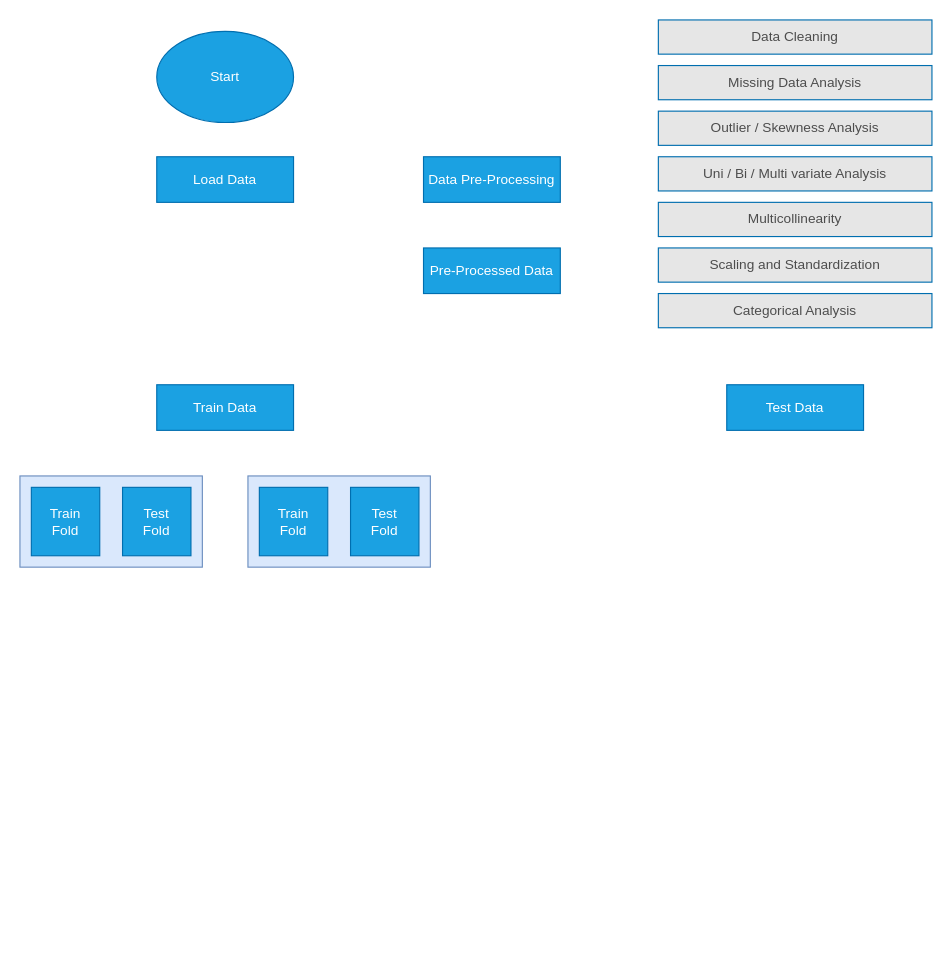
Before: Research Proposal/Research proposal.drawio in anishmahapatra/MSc-Data-Science, a draw.io diagram. Source tidied: cells renumbered, new cells numbered last; positions are measured from the earlier drawing's top-left corner, leaving out a move shared by most shapes. Both pictures are drawn from the tidied source at 114%, with x=0, y=0 at pixel (19, 19).
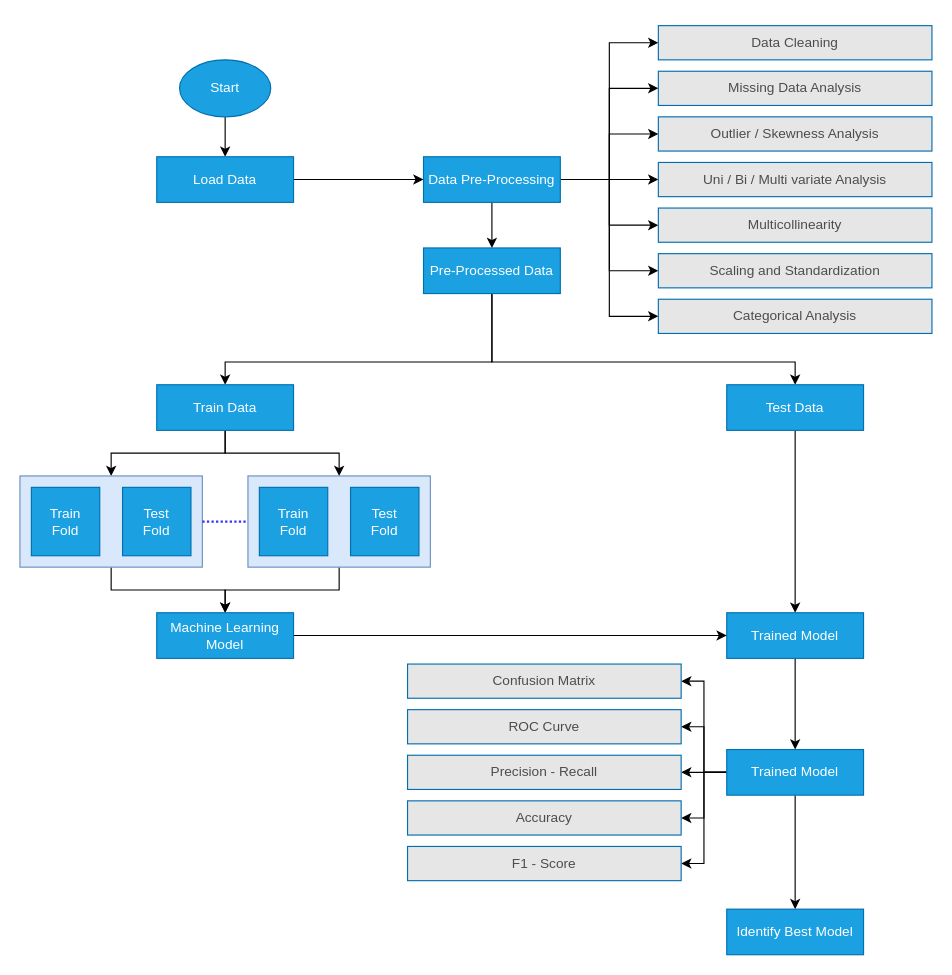
The same diagram, later.

Unchanged cells that the change refers to:
```xml
<mxCell id="3" value="Load Data" style="rounded=0;whiteSpace=wrap;html=1;fillColor=#1ba1e2;strokeColor=#006EAF;fontColor=#ffffff;" parent="1" vertex="1">
  <mxGeometry x="120" y="120" width="120" height="40" as="geometry" />
</mxCell>
<mxCell id="4" value="Data Pre-Processing" style="rounded=0;whiteSpace=wrap;html=1;fillColor=#1ba1e2;strokeColor=#006EAF;fontColor=#ffffff;" parent="1" vertex="1">
  <mxGeometry x="354" y="120" width="120" height="40" as="geometry" />
</mxCell>
<mxCell id="12" value="Pre-Processed Data" style="rounded=0;whiteSpace=wrap;html=1;fillColor=#1ba1e2;strokeColor=#006EAF;fontColor=#ffffff;" parent="1" vertex="1">
  <mxGeometry x="354" y="200" width="120" height="40" as="geometry" />
</mxCell>
<mxCell id="13" value="Train Data" style="rounded=0;whiteSpace=wrap;html=1;fillColor=#1ba1e2;strokeColor=#006EAF;fontColor=#ffffff;" parent="1" vertex="1">
  <mxGeometry x="120" y="320" width="120" height="40" as="geometry" />
</mxCell>
<mxCell id="14" value="Test Data" style="rounded=0;whiteSpace=wrap;html=1;fillColor=#1ba1e2;strokeColor=#006EAF;fontColor=#ffffff;" parent="1" vertex="1">
  <mxGeometry x="620" y="320" width="120" height="40" as="geometry" />
</mxCell>
<mxCell id="15" style="rounded=0;whiteSpace=wrap;html=1;fillColor=#dae8fc;strokeColor=#6c8ebf;" parent="1" vertex="1">
  <mxGeometry y="400" width="160" height="80" as="geometry" />
</mxCell>
<mxCell id="18" style="rounded=0;whiteSpace=wrap;html=1;fillColor=#dae8fc;strokeColor=#6c8ebf;" parent="1" vertex="1">
  <mxGeometry x="200" y="400" width="160" height="80" as="geometry" />
</mxCell>
```

Diff of the diagram source:
```diff
@@
+    <mxCell id="21" style="edgeStyle=orthogonalEdgeStyle;rounded=0;jettySize=auto;html=1;fontColor=#4D4D4D;" parent="1" edge="1" source="2" target="3">
+      <mxGeometry relative="1" as="geometry" />
+    </mxCell>
     <mxCell id="2" value="Start" style="ellipse;whiteSpace=wrap;html=1;fillColor=#1ba1e2;strokeColor=#006EAF;fontColor=#ffffff;" parent="1" vertex="1">
-      <mxGeometry x="120" y="10" width="120" height="80" as="geometry" />
+      <mxGeometry x="140" y="35" width="80" height="50" as="geometry" />
     </mxCell>
+    <mxCell id="22" style="edgeStyle=orthogonalEdgeStyle;rounded=0;jettySize=auto;html=1;fontColor=#4D4D4D;" parent="1" edge="1" source="3" target="4">
+      <mxGeometry relative="1" as="geometry" />
+    </mxCell>
@@
+    <mxCell id="23" style="edgeStyle=orthogonalEdgeStyle;rounded=0;jettySize=auto;html=1;entryX=0;entryY=0.5;entryDx=0;entryDy=0;fontColor=#4D4D4D;" parent="1" edge="1" source="4" target="5">
+      <mxGeometry relative="1" as="geometry" />
+    </mxCell>
+    <mxCell id="24" style="edgeStyle=orthogonalEdgeStyle;rounded=0;jettySize=auto;html=1;entryX=0;entryY=0.5;entryDx=0;entryDy=0;fontColor=#4D4D4D;" parent="1" edge="1" source="4" target="8">
+      <mxGeometry relative="1" as="geometry" />
+    </mxCell>
+    <mxCell id="25" style="edgeStyle=orthogonalEdgeStyle;rounded=0;jettySize=auto;html=1;entryX=0;entryY=0.5;entryDx=0;entryDy=0;fontColor=#4D4D4D;" parent="1" edge="1" source="4" target="9">
+      <mxGeometry relative="1" as="geometry" />
+    </mxCell>
+    <mxCell id="26" style="edgeStyle=orthogonalEdgeStyle;rounded=0;jettySize=auto;html=1;entryX=0;entryY=0.5;entryDx=0;entryDy=0;fontColor=#4D4D4D;" parent="1" edge="1" source="4" target="10">
+      <mxGeometry relative="1" as="geometry" />
+    </mxCell>
+    <mxCell id="27" style="edgeStyle=orthogonalEdgeStyle;rounded=0;jettySize=auto;html=1;entryX=0;entryY=0.5;entryDx=0;entryDy=0;fontColor=#4D4D4D;" parent="1" edge="1" source="4" target="11">
+      <mxGeometry relative="1" as="geometry" />
+    </mxCell>
+    <mxCell id="28" style="edgeStyle=orthogonalEdgeStyle;rounded=0;jettySize=auto;html=1;entryX=0;entryY=0.5;entryDx=0;entryDy=0;fontColor=#4D4D4D;" parent="1" edge="1" source="4" target="7">
+      <mxGeometry relative="1" as="geometry" />
+    </mxCell>
+    <mxCell id="29" style="edgeStyle=orthogonalEdgeStyle;rounded=0;jettySize=auto;html=1;entryX=0;entryY=0.5;entryDx=0;entryDy=0;fontColor=#4D4D4D;" parent="1" edge="1" source="4" target="6">
+      <mxGeometry relative="1" as="geometry" />
+    </mxCell>
+    <mxCell id="30" style="edgeStyle=orthogonalEdgeStyle;rounded=0;jettySize=auto;html=1;fontColor=#4D4D4D;" parent="1" edge="1" source="4" target="12">
+      <mxGeometry relative="1" as="geometry" />
+    </mxCell>
@@
     <mxCell id="5" value="&lt;font color=&quot;#4d4d4d&quot;&gt;Data Cleaning&lt;/font&gt;" style="rounded=0;whiteSpace=wrap;html=1;strokeColor=#006EAF;fontColor=#ffffff;fillColor=#E6E6E6;" parent="1" vertex="1">
-      <mxGeometry x="560" width="240" height="30" as="geometry" />
+      <mxGeometry x="560" y="5" width="240" height="30" as="geometry" />
     </mxCell>
     <mxCell id="6" value="Categorical Analysis" style="rounded=0;whiteSpace=wrap;html=1;strokeColor=#006EAF;fillColor=#E6E6E6;fontColor=#4D4D4D;" parent="1" vertex="1">
-      <mxGeometry x="560" y="240" width="240" height="30" as="geometry" />
+      <mxGeometry x="560" y="245" width="240" height="30" as="geometry" />
     </mxCell>
     <mxCell id="7" value="Scaling and Standardization" style="rounded=0;whiteSpace=wrap;html=1;strokeColor=#006EAF;fillColor=#E6E6E6;fontColor=#4D4D4D;" parent="1" vertex="1">
-      <mxGeometry x="560" y="200" width="240" height="30" as="geometry" />
+      <mxGeometry x="560" y="205" width="240" height="30" as="geometry" />
     </mxCell>
     <mxCell id="8" value="Missing Data Analysis" style="rounded=0;whiteSpace=wrap;html=1;strokeColor=#006EAF;fillColor=#E6E6E6;fontColor=#4D4D4D;" parent="1" vertex="1">
-      <mxGeometry x="560" y="40" width="240" height="30" as="geometry" />
+      <mxGeometry x="560" y="45" width="240" height="30" as="geometry" />
     </mxCell>
     <mxCell id="9" value="Outlier / Skewness Analysis" style="rounded=0;whiteSpace=wrap;html=1;strokeColor=#006EAF;fillColor=#E6E6E6;fontColor=#4D4D4D;" parent="1" vertex="1">
-      <mxGeometry x="560" y="80" width="240" height="30" as="geometry" />
+      <mxGeometry x="560" y="85" width="240" height="30" as="geometry" />
     </mxCell>
     <mxCell id="10" value="Uni / Bi / Multi variate Analysis" style="rounded=0;whiteSpace=wrap;html=1;strokeColor=#006EAF;fillColor=#E6E6E6;fontColor=#4D4D4D;" parent="1" vertex="1">
-      <mxGeometry x="560" y="120" width="240" height="30" as="geometry" />
+      <mxGeometry x="560" y="125" width="240" height="30" as="geometry" />
     </mxCell>
     <mxCell id="11" value="Multicollinearity" style="rounded=0;whiteSpace=wrap;html=1;strokeColor=#006EAF;fillColor=#E6E6E6;fontColor=#4D4D4D;" parent="1" vertex="1">
-      <mxGeometry x="560" y="160" width="240" height="30" as="geometry" />
+      <mxGeometry x="560" y="165" width="240" height="30" as="geometry" />
     </mxCell>
+    <mxCell id="31" style="edgeStyle=orthogonalEdgeStyle;rounded=0;jettySize=auto;html=1;entryX=0.5;entryY=0;entryDx=0;entryDy=0;fontColor=#4D4D4D;" parent="1" edge="1" source="12" target="13">
+      <mxGeometry relative="1" as="geometry">
+        <Array as="points">
+          <mxPoint x="414" y="300" />
+          <mxPoint x="180" y="300" />
+        </Array>
+      </mxGeometry>
+    </mxCell>
+    <mxCell id="32" style="edgeStyle=orthogonalEdgeStyle;rounded=0;jettySize=auto;html=1;fontColor=#4D4D4D;" parent="1" edge="1" source="12" target="14">
+      <mxGeometry relative="1" as="geometry">
+        <Array as="points">
+          <mxPoint x="414" y="300" />
+          <mxPoint x="680" y="300" />
+        </Array>
+      </mxGeometry>
+    </mxCell>
@@
+    <mxCell id="33" style="edgeStyle=orthogonalEdgeStyle;rounded=0;jettySize=auto;html=1;entryX=0.5;entryY=0;entryDx=0;entryDy=0;fontColor=#4D4D4D;" parent="1" edge="1" source="13" target="15">
+      <mxGeometry relative="1" as="geometry" />
+    </mxCell>
+    <mxCell id="34" style="edgeStyle=orthogonalEdgeStyle;rounded=0;jettySize=auto;html=1;entryX=0.5;entryY=0;entryDx=0;entryDy=0;fontColor=#4D4D4D;" parent="1" edge="1" source="13" target="18">
+      <mxGeometry relative="1" as="geometry" />
+    </mxCell>
@@
+    <mxCell id="35" style="edgeStyle=orthogonalEdgeStyle;rounded=0;jettySize=auto;html=1;fontColor=#4D4D4D;" parent="1" edge="1" source="14" target="39">
+      <mxGeometry relative="1" as="geometry" />
+    </mxCell>
@@
+    <mxCell id="36" style="edgeStyle=orthogonalEdgeStyle;rounded=0;jettySize=auto;html=1;fontColor=#4D4D4D;" parent="1" edge="1" source="15" target="41">
+      <mxGeometry relative="1" as="geometry" />
+    </mxCell>
@@
+    <mxCell id="37" style="edgeStyle=orthogonalEdgeStyle;rounded=0;jettySize=auto;html=1;entryX=0.5;entryY=0;entryDx=0;entryDy=0;fontColor=#4D4D4D;" parent="1" edge="1" source="18" target="41">
+      <mxGeometry relative="1" as="geometry" />
+    </mxCell>
@@
+    <mxCell id="38" style="edgeStyle=orthogonalEdgeStyle;rounded=0;jettySize=auto;html=1;fontColor=#3333FF;strokeColor=#010105;" parent="1" edge="1" source="39" target="48">
+      <mxGeometry relative="1" as="geometry" />
+    </mxCell>
+    <mxCell id="39" value="Trained Model" style="rounded=0;whiteSpace=wrap;html=1;fillColor=#1ba1e2;strokeColor=#006EAF;fontColor=#ffffff;" parent="1" vertex="1">
+      <mxGeometry x="620" y="520" width="120" height="40" as="geometry" />
+    </mxCell>
+    <mxCell id="40" style="edgeStyle=orthogonalEdgeStyle;rounded=0;jettySize=auto;html=1;entryX=0;entryY=0.5;entryDx=0;entryDy=0;fontColor=#4D4D4D;" parent="1" edge="1" source="41" target="39">
+      <mxGeometry relative="1" as="geometry" />
+    </mxCell>
+    <mxCell id="41" value="Machine Learning Model" style="rounded=0;whiteSpace=wrap;html=1;fillColor=#1ba1e2;strokeColor=#006EAF;fontColor=#ffffff;" parent="1" vertex="1">
+      <mxGeometry x="120" y="520" width="120" height="40" as="geometry" />
+    </mxCell>
+    <mxCell id="42" style="edgeStyle=orthogonalEdgeStyle;rounded=0;jettySize=auto;html=1;strokeColor=#010105;fontColor=#3333FF;" parent="1" edge="1" source="48" target="54">
+      <mxGeometry relative="1" as="geometry" />
+    </mxCell>
+    <mxCell id="43" style="edgeStyle=orthogonalEdgeStyle;rounded=0;jettySize=auto;html=1;entryX=1;entryY=0.5;entryDx=0;entryDy=0;strokeColor=#010105;fontColor=#3333FF;" parent="1" edge="1" source="48" target="51">
+      <mxGeometry relative="1" as="geometry" />
+    </mxCell>
+    <mxCell id="44" style="edgeStyle=orthogonalEdgeStyle;rounded=0;jettySize=auto;html=1;entryX=1;entryY=0.5;entryDx=0;entryDy=0;strokeColor=#010105;fontColor=#3333FF;" parent="1" edge="1" source="48" target="52">
+      <mxGeometry relative="1" as="geometry" />
+    </mxCell>
+    <mxCell id="45" style="edgeStyle=orthogonalEdgeStyle;rounded=0;jettySize=auto;html=1;strokeColor=#010105;fontColor=#3333FF;" parent="1" edge="1" source="48" target="53">
+      <mxGeometry relative="1" as="geometry" />
+    </mxCell>
+    <mxCell id="46" style="edgeStyle=orthogonalEdgeStyle;rounded=0;jettySize=auto;html=1;entryX=1;entryY=0.5;entryDx=0;entryDy=0;strokeColor=#010105;fontColor=#3333FF;" parent="1" edge="1" source="48" target="50">
+      <mxGeometry relative="1" as="geometry" />
+    </mxCell>
+    <mxCell id="47" style="edgeStyle=orthogonalEdgeStyle;rounded=0;jettySize=auto;html=1;entryX=1;entryY=0.5;entryDx=0;entryDy=0;strokeColor=#010105;fontColor=#3333FF;" parent="1" edge="1" source="48" target="49">
+      <mxGeometry relative="1" as="geometry" />
+    </mxCell>
+    <mxCell id="48" value="Trained Model" style="rounded=0;whiteSpace=wrap;html=1;fillColor=#1ba1e2;strokeColor=#006EAF;fontColor=#ffffff;" parent="1" vertex="1">
+      <mxGeometry x="620" y="640" width="120" height="40" as="geometry" />
+    </mxCell>
+    <mxCell id="49" value="F1 - Score" style="rounded=0;whiteSpace=wrap;html=1;strokeColor=#006EAF;fillColor=#E6E6E6;fontColor=#4D4D4D;" parent="1" vertex="1">
+      <mxGeometry x="340" y="725" width="240" height="30" as="geometry" />
+    </mxCell>
+    <mxCell id="50" value="Accuracy" style="rounded=0;whiteSpace=wrap;html=1;strokeColor=#006EAF;fillColor=#E6E6E6;fontColor=#4D4D4D;" parent="1" vertex="1">
+      <mxGeometry x="340" y="685" width="240" height="30" as="geometry" />
+    </mxCell>
+    <mxCell id="51" value="Confusion Matrix" style="rounded=0;whiteSpace=wrap;html=1;strokeColor=#006EAF;fillColor=#E6E6E6;fontColor=#4D4D4D;" parent="1" vertex="1">
+      <mxGeometry x="340" y="565" width="240" height="30" as="geometry" />
+    </mxCell>
+    <mxCell id="52" value="ROC Curve" style="rounded=0;whiteSpace=wrap;html=1;strokeColor=#006EAF;fillColor=#E6E6E6;fontColor=#4D4D4D;" parent="1" vertex="1">
+      <mxGeometry x="340" y="605" width="240" height="30" as="geometry" />
+    </mxCell>
+    <mxCell id="53" value="Precision - Recall" style="rounded=0;whiteSpace=wrap;html=1;strokeColor=#006EAF;fillColor=#E6E6E6;fontColor=#4D4D4D;" parent="1" vertex="1">
+      <mxGeometry x="340" y="645" width="240" height="30" as="geometry" />
+    </mxCell>
+    <mxCell id="54" value="Identify Best Model" style="rounded=0;whiteSpace=wrap;html=1;fillColor=#1ba1e2;strokeColor=#006EAF;fontColor=#ffffff;" parent="1" vertex="1">
+      <mxGeometry x="620" y="780" width="120" height="40" as="geometry" />
+    </mxCell>
+    <mxCell id="55" style="endArrow=none;dashed=1;html=1;strokeWidth=2;exitX=1;exitY=0.5;exitDx=0;exitDy=0;entryX=0;entryY=0.5;entryDx=0;entryDy=0;fontColor=#3333FF;dashPattern=1 1;strokeColor=#3333FF;" parent="1" edge="1" source="15" target="18">
+      <mxGeometry relative="1" as="geometry" />
+    </mxCell>
```
